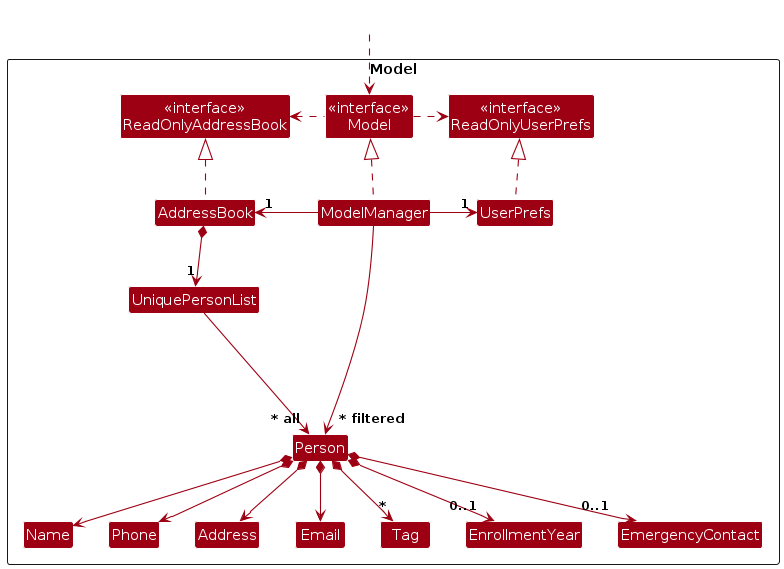
This is diagrams/ModelClassDiagram.png from limanjun99/tp, a PlantUML export, as it was before one commit. Its source is kept beside it as diagrams/ModelClassDiagram.puml. Source of this version:
```plantuml
@startuml
!include style.puml
skinparam arrowThickness 1.1
skinparam arrowColor MODEL_COLOR
skinparam classBackgroundColor MODEL_COLOR

Package Model as ModelPackage <<Rectangle>>{
Class "<<interface>>\nReadOnlyAddressBook" as ReadOnlyAddressBook
Class "<<interface>>\nReadOnlyUserPrefs" as ReadOnlyUserPrefs
Class "<<interface>>\nModel" as Model
Class AddressBook
Class ModelManager
Class UserPrefs

Class UniquePersonList
Class Person
Class Address
Class Email
Class Name
Class Phone
Class Tag
Class EnrollmentYear
Class EmergencyContact

Class I #FFFFFF
}

Class HiddenOutside #FFFFFF
HiddenOutside ..> Model

AddressBook .up.|> ReadOnlyAddressBook

ModelManager .up.|> Model
Model .right.> ReadOnlyUserPrefs
Model .left.> ReadOnlyAddressBook
ModelManager -left-> "1" AddressBook
ModelManager -right-> "1" UserPrefs
UserPrefs .up.|> ReadOnlyUserPrefs

AddressBook *--> "1" UniquePersonList
UniquePersonList --> "~* all" Person
Person *--> Name
Person *--> Phone
Person *--> Email
Person *--> Address
Person *--> "*" Tag
Person *--> "0..1" EnrollmentYear
Person *--> "0..1" EmergencyContact

Person -[hidden]up--> I
UniquePersonList -[hidden]right-> I

Name -[hidden]right-> Phone
Phone -[hidden]right-> Address
Address -[hidden]right-> Email

ModelManager --> "~* filtered" Person
@enduml
```
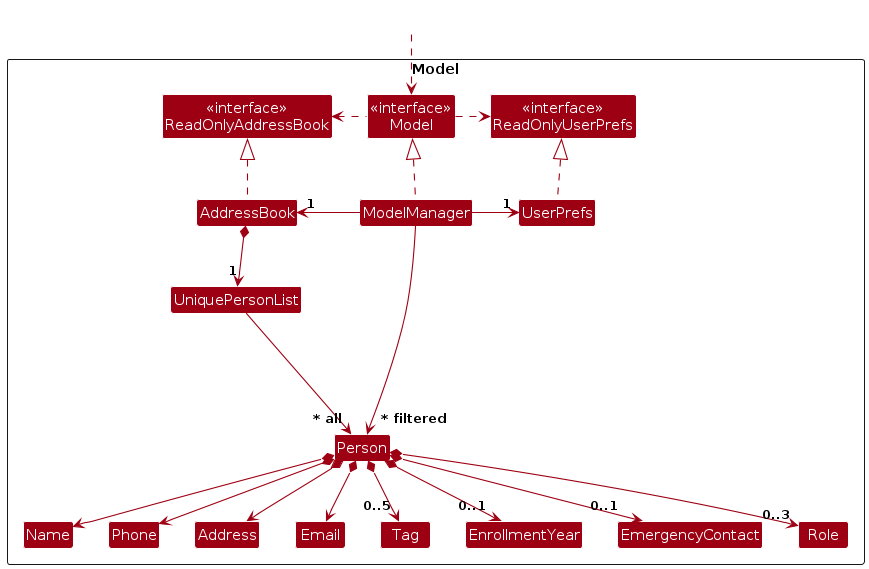
After the change.

Change to the diagram source:
```diff
@@ -21,6 +21,7 @@
 Class Tag
 Class EnrollmentYear
 Class EmergencyContact
+Class Role
 
 Class I #FFFFFF
 }
@@ -43,9 +44,10 @@
 Person *--> Phone
 Person *--> Email
 Person *--> Address
-Person *--> "*" Tag
+Person *--> "0..5" Tag
 Person *--> "0..1" EnrollmentYear
 Person *--> "0..1" EmergencyContact
+Person *--> "0..3" Role
 
 Person -[hidden]up--> I
 UniquePersonList -[hidden]right-> I
```
